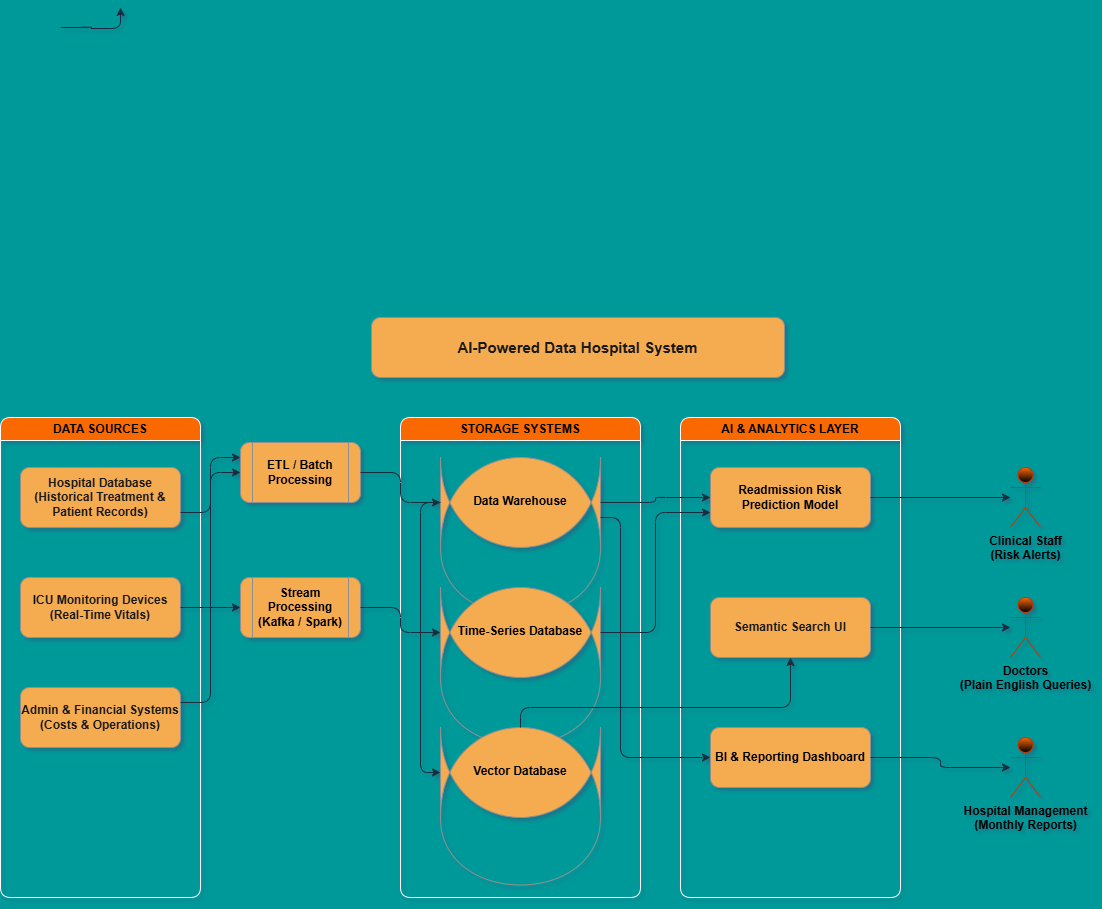
shivanand11kadam/assignment-01-BITSoM_BA_2511089 keeps this draw.io diagram as part6-capstone/architecture_diagram.png. Above is the earlier version. Source tidied: cells renumbered, new cells last; positions are measured from the earlier drawing's top-left corner, leaving out a move shared by most shapes.
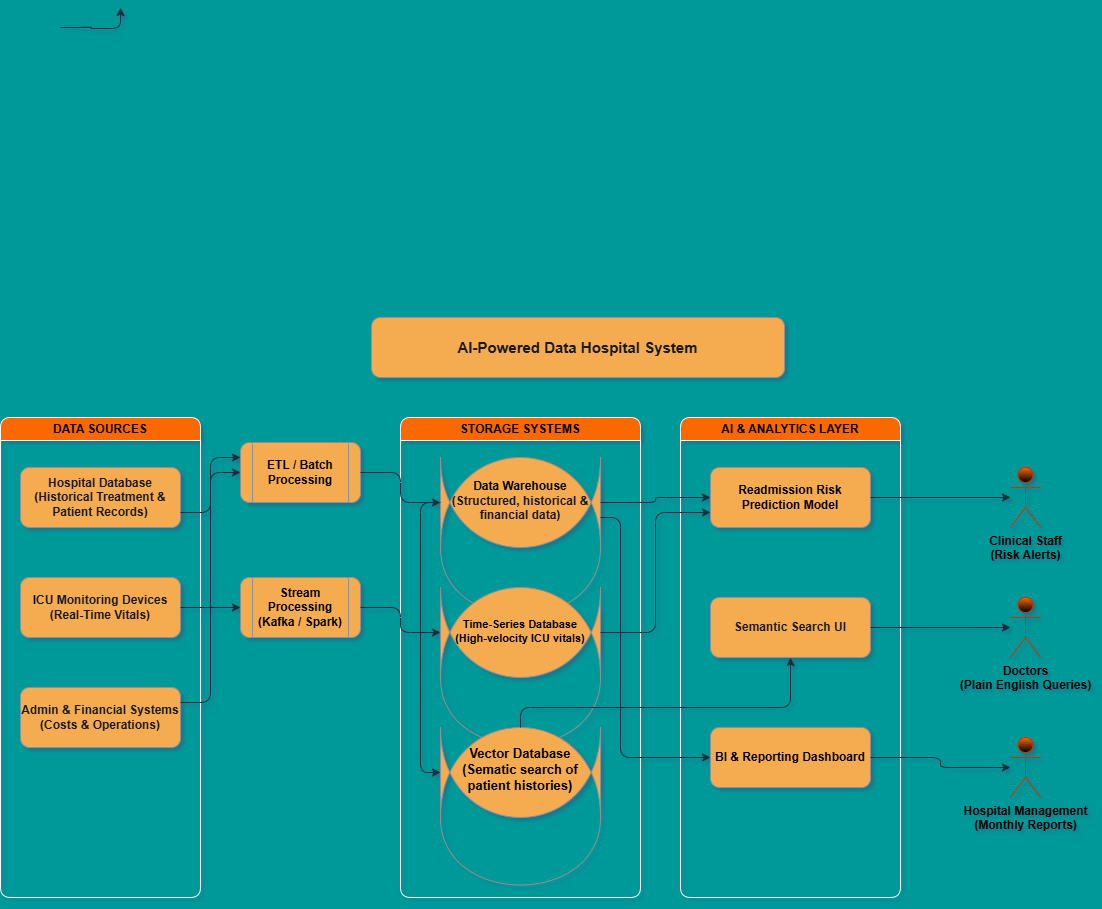
After the commit.

Diff of the diagram source:
```diff
@@ -50,13 +50,13 @@
     <mxCell id="13" value="STORAGE SYSTEMS" style="swimlane;whiteSpace=wrap;html=1;rounded=1;labelBackgroundColor=none;fillColor=#fa6800;strokeColor=#FFFFFF;fontColor=#000000;" parent="1" vertex="1">
       <mxGeometry x="400" y="410" width="240" height="480" as="geometry" />
     </mxCell>
-    <mxCell id="14" value="&lt;b&gt;&lt;font style=&quot;color: rgb(0, 0, 0);&quot;&gt;Data Warehouse&lt;br&gt;&lt;/font&gt;&lt;/b&gt;&lt;div&gt;&lt;b&gt;&lt;font style=&quot;color: rgb(0, 0, 0);&quot;&gt;&lt;br&gt;&lt;/font&gt;&lt;/b&gt;&lt;/div&gt;&lt;div&gt;&lt;br&gt;&lt;/div&gt;&lt;div&gt;&lt;br&gt;&lt;/div&gt;" style="shape=cylinder;whiteSpace=wrap;html=1;boundedLbl=1;backgroundOutline=1;size=15;rounded=1;labelBackgroundColor=none;fillColor=#F5AB50;strokeColor=#909090;fontColor=#1A1A1A;" parent="13" vertex="1">
+    <mxCell id="14" value="&lt;b&gt;&lt;font style=&quot;color: rgb(0, 0, 0);&quot;&gt;Data Warehouse&lt;/font&gt;&lt;/b&gt;&lt;div&gt;&lt;b&gt;&lt;font style=&quot;background-color: transparent;&quot;&gt;(Structured, historical &amp;amp; financial data&lt;/font&gt;&lt;span style=&quot;background-color: transparent; color: light-dark(rgb(26, 26, 26), rgb(215, 215, 215));&quot;&gt;)&lt;/span&gt;&lt;/b&gt;&lt;div&gt;&lt;span style=&quot;background-color: transparent; color: light-dark(rgb(26, 26, 26), rgb(215, 215, 215));&quot;&gt;&lt;b&gt;&lt;br&gt;&lt;/b&gt;&lt;/span&gt;&lt;/div&gt;&lt;div&gt;&lt;b&gt;&lt;br&gt;&lt;/b&gt;&lt;/div&gt;&lt;div&gt;&lt;br&gt;&lt;/div&gt;&lt;/div&gt;" style="shape=cylinder;whiteSpace=wrap;html=1;boundedLbl=1;backgroundOutline=1;size=15;rounded=1;labelBackgroundColor=none;fillColor=#F5AB50;strokeColor=#909090;fontColor=#1A1A1A;" parent="13" vertex="1">
       <mxGeometry x="40" y="40" width="160" height="90" as="geometry" />
     </mxCell>
-    <mxCell id="15" value="&lt;div style=&quot;&quot;&gt;&lt;b style=&quot;color: light-dark(rgb(0, 0, 0), rgb(237, 237, 237)); background-color: transparent;&quot;&gt;Time-Series Database&lt;/b&gt;&lt;/div&gt;&lt;div style=&quot;&quot;&gt;&lt;b style=&quot;color: light-dark(rgb(0, 0, 0), rgb(237, 237, 237)); background-color: transparent;&quot;&gt;&lt;br&gt;&lt;/b&gt;&lt;/div&gt;&lt;div style=&quot;&quot;&gt;&lt;b style=&quot;color: light-dark(rgb(0, 0, 0), rgb(237, 237, 237)); background-color: transparent;&quot;&gt;&lt;br&gt;&lt;/b&gt;&lt;/div&gt;&lt;div style=&quot;&quot;&gt;&lt;b style=&quot;color: light-dark(rgb(0, 0, 0), rgb(237, 237, 237)); background-color: transparent;&quot;&gt;&lt;br&gt;&lt;/b&gt;&lt;/div&gt;" style="shape=cylinder;whiteSpace=wrap;html=1;boundedLbl=1;backgroundOutline=1;size=15;rounded=1;labelBackgroundColor=none;fillColor=#F5AB50;strokeColor=#909090;fontColor=#1A1A1A;align=center;" parent="13" vertex="1">
+    <mxCell id="15" value="&lt;div style=&quot;&quot;&gt;&lt;span style=&quot;color: light-dark(rgb(0, 0, 0), rgb(237, 237, 237)); background-color: transparent;&quot;&gt;&lt;font style=&quot;font-size: 11px;&quot;&gt;&lt;b&gt;Time-Series Database&lt;/b&gt;&lt;/font&gt;&lt;/span&gt;&lt;/div&gt;&lt;div style=&quot;&quot;&gt;&lt;span style=&quot;color: light-dark(rgb(0, 0, 0), rgb(237, 237, 237)); background-color: transparent;&quot;&gt;&lt;font style=&quot;font-size: 11px;&quot;&gt;&lt;b&gt;(High-velocity ICU vitals)&lt;/b&gt;&lt;/font&gt;&lt;/span&gt;&lt;/div&gt;&lt;div style=&quot;&quot;&gt;&lt;span style=&quot;color: light-dark(rgb(0, 0, 0), rgb(237, 237, 237)); background-color: transparent;&quot;&gt;&lt;font style=&quot;font-size: 11px;&quot;&gt;&lt;b&gt;&lt;br&gt;&lt;/b&gt;&lt;/font&gt;&lt;/span&gt;&lt;/div&gt;&lt;div style=&quot;&quot;&gt;&lt;span style=&quot;color: light-dark(rgb(0, 0, 0), rgb(237, 237, 237)); background-color: transparent;&quot;&gt;&lt;font style=&quot;font-size: 11px;&quot;&gt;&lt;b&gt;&lt;br&gt;&lt;/b&gt;&lt;/font&gt;&lt;/span&gt;&lt;/div&gt;&lt;div style=&quot;&quot;&gt;&lt;b style=&quot;color: light-dark(rgb(0, 0, 0), rgb(237, 237, 237)); background-color: transparent;&quot;&gt;&lt;br&gt;&lt;/b&gt;&lt;/div&gt;" style="shape=cylinder;whiteSpace=wrap;html=1;boundedLbl=1;backgroundOutline=1;size=15;rounded=1;labelBackgroundColor=none;fillColor=#F5AB50;strokeColor=#909090;fontColor=#1A1A1A;align=center;" parent="13" vertex="1">
       <mxGeometry x="40" y="170" width="160" height="90" as="geometry" />
     </mxCell>
-    <mxCell id="16" value="&lt;b&gt;&lt;font style=&quot;color: rgb(0, 0, 0);&quot;&gt;Vector Database&lt;br&gt;&lt;/font&gt;&lt;/b&gt;&lt;div&gt;&lt;b&gt;&lt;font style=&quot;color: rgb(0, 0, 0);&quot;&gt;&lt;br&gt;&lt;/font&gt;&lt;/b&gt;&lt;/div&gt;&lt;div&gt;&lt;br&gt;&lt;/div&gt;&lt;div&gt;&lt;br&gt;&lt;/div&gt;" style="shape=cylinder;whiteSpace=wrap;html=1;boundedLbl=1;backgroundOutline=1;size=15;rounded=1;labelBackgroundColor=none;fillColor=#F5AB50;strokeColor=#909090;fontColor=#1A1A1A;" parent="13" vertex="1">
+    <mxCell id="16" value="&lt;b&gt;&lt;font style=&quot;color: rgb(0, 0, 0); font-size: 13px;&quot;&gt;Vector Database&lt;/font&gt;&lt;/b&gt;&lt;div&gt;&lt;font style=&quot;font-size: 13px;&quot;&gt;&lt;b&gt;&lt;font style=&quot;color: rgb(0, 0, 0);&quot;&gt;(Sematic search of patient histories&lt;/font&gt;&lt;/b&gt;&lt;b style=&quot;background-color: transparent; color: light-dark(rgb(26, 26, 26), rgb(215, 215, 215));&quot;&gt;&lt;font style=&quot;color: rgb(0, 0, 0);&quot;&gt;)&lt;/font&gt;&lt;/b&gt;&lt;/font&gt;&lt;/div&gt;&lt;div&gt;&lt;b style=&quot;background-color: transparent; color: light-dark(rgb(26, 26, 26), rgb(215, 215, 215));&quot;&gt;&lt;font style=&quot;color: rgb(0, 0, 0); font-size: 13px;&quot;&gt;&lt;br&gt;&lt;/font&gt;&lt;/b&gt;&lt;/div&gt;&lt;div&gt;&lt;b style=&quot;background-color: transparent; color: light-dark(rgb(26, 26, 26), rgb(215, 215, 215));&quot;&gt;&lt;font style=&quot;color: rgb(0, 0, 0); font-size: 13px;&quot;&gt;&lt;br&gt;&lt;/font&gt;&lt;/b&gt;&lt;/div&gt;&lt;div&gt;&lt;b style=&quot;background-color: transparent; color: light-dark(rgb(26, 26, 26), rgb(215, 215, 215));&quot;&gt;&lt;font style=&quot;color: rgb(0, 0, 0);&quot;&gt;&lt;br&gt;&lt;/font&gt;&lt;/b&gt;&lt;/div&gt;" style="shape=cylinder;whiteSpace=wrap;html=1;boundedLbl=1;backgroundOutline=1;size=15;rounded=1;labelBackgroundColor=none;fillColor=#F5AB50;strokeColor=#909090;fontColor=#1A1A1A;" parent="13" vertex="1">
       <mxGeometry x="40" y="310" width="160" height="90" as="geometry" />
     </mxCell>
     <mxCell id="17" value="AI &amp; ANALYTICS LAYER" style="swimlane;whiteSpace=wrap;html=1;rounded=1;labelBackgroundColor=none;fillColor=#fa6800;strokeColor=#FFFFFF;fontColor=#000000;" parent="1" vertex="1">
```
